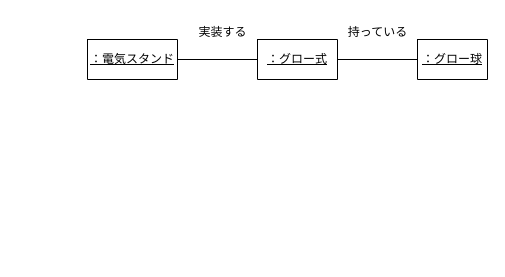
Above: page "ページ2" (2 of 2) of Lesson09/Lesson9.drawio in ucsaeki/UML_chonyumon (draw.io), before the change. Source tidied: cells renumbered, new cells numbered last; positions are measured from the earlier drawing's top-left corner, leaving out a move shared by most shapes. Both pictures are drawn from the tidied source at 100%, with x=0, y=0 at pixel (87, 17).
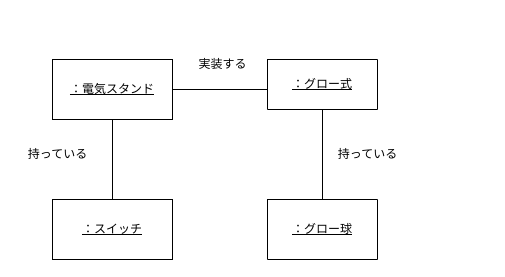
The same page after the edit.

What changed in the source:
```diff
@@
 <mxGraphModel>
   <root>
     <mxCell id="0" />
     <mxCell id="1" parent="0" />
     <mxCell id="2" style="shape=table;startSize=0;childLayout=tableLayout;" parent="1" vertex="1">
-      <mxGeometry x="170" y="22" width="80" height="40" as="geometry" />
+      <mxGeometry x="180" y="42" width="110" height="50" as="geometry" />
     </mxCell>
     <mxCell id="3" style="shape=tableRow;horizontal=0;startSize=0;swimlaneHead=0;swimlaneBody=0;strokeColor=inherit;top=0;left=0;bottom=0;right=0;fillColor=none;points=[[0,0.5],[1,0.5]];portConstraint=eastwest;fontStyle=4;" parent="2" vertex="1">
-      <mxGeometry width="80" height="40" as="geometry" />
+      <mxGeometry width="110" height="50" as="geometry" />
     </mxCell>
     <mxCell id="4" value="：グロー式" style="shape=partialRectangle;html=1;whiteSpace=wrap;strokeColor=inherit;overflow=hidden;fillColor=none;top=0;left=0;bottom=0;right=0;fontStyle=4;" parent="3" vertex="1">
-      <mxGeometry width="80" height="40" as="geometry" />
+      <mxGeometry width="110" height="50" as="geometry" />
     </mxCell>
-    <mxCell id="5" style="shape=table;startSize=0;childLayout=tableLayout;" parent="1" vertex="1">
-      <mxGeometry y="22" width="90" height="40" as="geometry" />
-    </mxCell>
-    <mxCell id="6" style="shape=tableRow;horizontal=0;startSize=0;swimlaneHead=0;swimlaneBody=0;strokeColor=inherit;top=0;left=0;bottom=0;right=0;fillColor=none;points=[[0,0.5],[1,0.5]];portConstraint=eastwest;fontStyle=4;" parent="5" vertex="1">
-      <mxGeometry width="90" height="40" as="geometry" />
-    </mxCell>
-    <mxCell id="7" value="&lt;span style=&quot;background-color: initial;&quot;&gt;：電気スタンド&lt;/span&gt;" style="shape=partialRectangle;html=1;whiteSpace=wrap;strokeColor=inherit;overflow=hidden;fillColor=none;top=0;left=0;bottom=0;right=0;fontStyle=4;" parent="6" vertex="1">
-      <mxGeometry width="90" height="40" as="geometry" />
-    </mxCell>
-    <mxCell id="8" style="rounded=0;jettySize=auto;html=1;exitX=0;exitY=0.5;exitDx=0;exitDy=0;entryX=1;entryY=0.5;entryDx=0;entryDy=0;endArrow=none;endFill=0;endSize=13;fontStyle=4;" parent="1" edge="1" target="6">
-      <mxGeometry relative="1" as="geometry">
-        <mxPoint x="170" y="42" as="sourcePoint" />
-      </mxGeometry>
-    </mxCell>
     <mxCell id="9" style="shape=table;startSize=0;childLayout=tableLayout;" parent="1" vertex="1">
-      <mxGeometry x="330" y="22" width="70" height="40" as="geometry" />
+      <mxGeometry x="180" y="182" width="110" height="60" as="geometry" />
     </mxCell>
     <mxCell id="10" style="shape=tableRow;horizontal=0;startSize=0;swimlaneHead=0;swimlaneBody=0;strokeColor=inherit;top=0;left=0;bottom=0;right=0;fillColor=none;points=[[0,0.5],[1,0.5]];portConstraint=eastwest;fontStyle=4;" parent="9" vertex="1">
-      <mxGeometry width="70" height="40" as="geometry" />
+      <mxGeometry width="110" height="60" as="geometry" />
     </mxCell>
     <mxCell id="11" value="：グロー球" style="shape=partialRectangle;html=1;whiteSpace=wrap;strokeColor=inherit;overflow=hidden;fillColor=none;top=0;left=0;bottom=0;right=0;fontStyle=4;" parent="10" vertex="1">
-      <mxGeometry width="70" height="40" as="geometry" />
+      <mxGeometry width="110" height="60" as="geometry" />
     </mxCell>
-    <mxCell id="12" style="endArrow=none;html=1;rounded=0;endFill=0;endSize=15;entryX=1;entryY=0.5;entryDx=0;entryDy=0;exitX=0;exitY=0.5;exitDx=0;exitDy=0;fontStyle=4;" parent="1" edge="1" source="10" target="3">
-      <mxGeometry relative="1" as="geometry" />
-    </mxCell>
     <mxCell id="13" value="実装する" style="text;html=1;align=center;verticalAlign=middle;strokeColor=none;fillColor=none;" parent="1" vertex="1">
-      <mxGeometry x="100" width="70" height="30" as="geometry" />
+      <mxGeometry x="100" y="32" width="70" height="30" as="geometry" />
     </mxCell>
     <mxCell id="14" value="持っている" style="text;html=1;align=center;verticalAlign=middle;strokeColor=none;fillColor=none;" parent="1" vertex="1">
-      <mxGeometry x="250" width="80" height="30" as="geometry" />
+      <mxGeometry x="-70" y="122" width="80" height="30" as="geometry" />
     </mxCell>
+    <mxCell id="15" style="edgeStyle=orthogonalEdgeStyle;rounded=0;jettySize=auto;html=1;exitX=1;exitY=0.5;exitDx=0;exitDy=0;endArrow=none;endFill=0;" parent="1" edge="1" source="7">
+      <mxGeometry relative="1" as="geometry">
+        <mxPoint x="180" y="72" as="targetPoint" />
+      </mxGeometry>
+    </mxCell>
+    <mxCell id="16" style="edgeStyle=orthogonalEdgeStyle;rounded=0;jettySize=auto;html=1;exitX=0.5;exitY=1;exitDx=0;exitDy=0;endArrow=none;endFill=0;" parent="1" edge="1" source="7" target="19">
+      <mxGeometry relative="1" as="geometry" />
+    </mxCell>
+    <mxCell id="7" value="&lt;u&gt;：電気スタンド&lt;/u&gt;" style="rounded=0;whiteSpace=wrap;html=1;" parent="1" vertex="1">
+      <mxGeometry x="-35" y="42" width="120" height="60" as="geometry" />
+    </mxCell>
+    <mxCell id="17" value="持っている" style="text;html=1;align=center;verticalAlign=middle;strokeColor=none;fillColor=none;" parent="1" vertex="1">
+      <mxGeometry x="240" y="122" width="80" height="30" as="geometry" />
+    </mxCell>
+    <mxCell id="18" style="endArrow=none;html=1;rounded=0;endFill=0;" parent="1" edge="1" source="3" target="10">
+      <mxGeometry relative="1" as="geometry" />
+    </mxCell>
+    <mxCell id="19" value="&lt;u&gt;：スイッチ&lt;/u&gt;" style="rounded=0;whiteSpace=wrap;html=1;" parent="1" vertex="1">
+      <mxGeometry x="-35" y="182" width="120" height="60" as="geometry" />
+    </mxCell>
   </root>
 </mxGraphModel>
```
